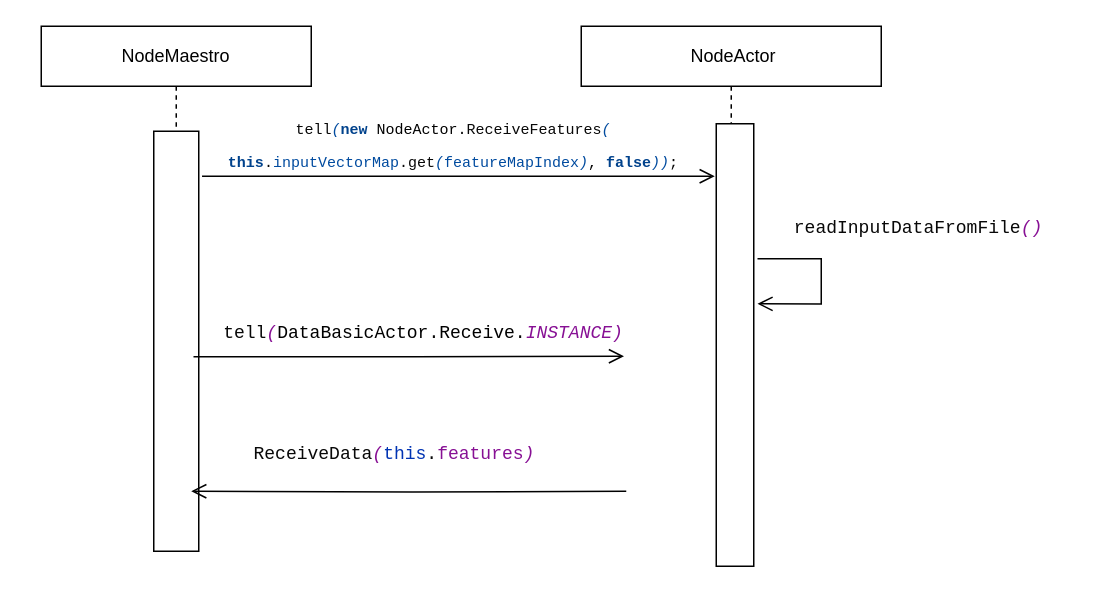
This is sendFeaturesToNodes.drawio from vanelopethecoder/som-basic, a draw.io file, before an edit. Source tidied: cells renumbered, new cells numbered last; positions are measured from the earlier drawing's top-left corner, leaving out a move shared by most shapes. Both pictures are drawn from the tidied source at 150%, with x=0, y=0 at pixel (26, 26).
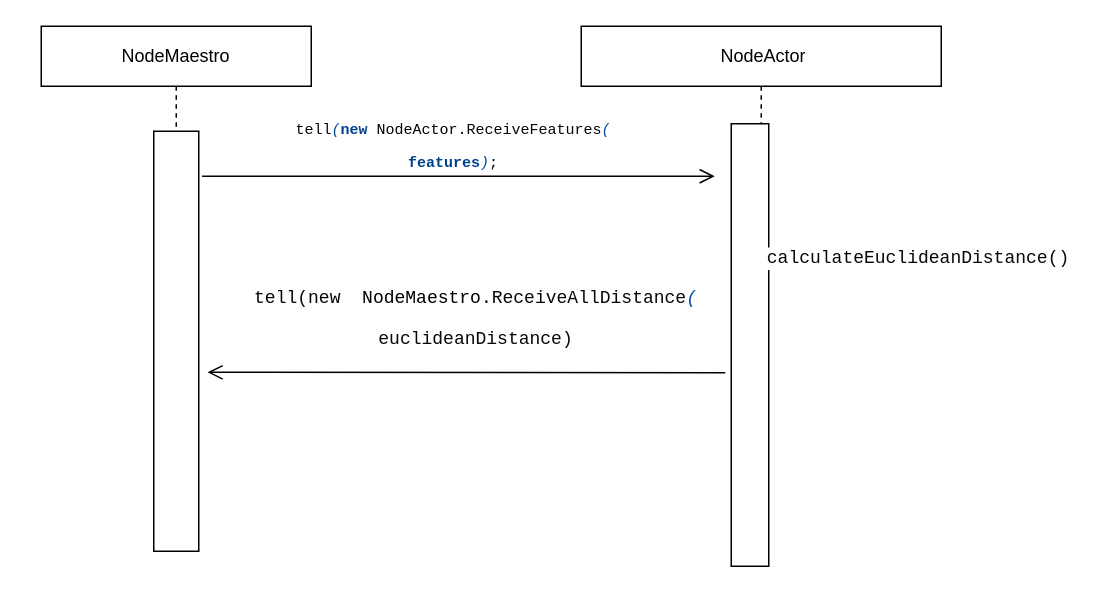
The same page after the edit.

Change to the diagram source:
```diff
@@
 <mxGraphModel>
   <root>
     <mxCell id="0" />
     <mxCell id="1" parent="0" />
     <mxCell id="2" value="NodeMaestro" style="shape=umlLifeline;perimeter=lifelinePerimeter;whiteSpace=wrap;html=1;" parent="1" vertex="1">
       <mxGeometry x="10" width="180" height="350" as="geometry" />
     </mxCell>
     <mxCell id="3" style="rounded=0;whiteSpace=wrap;html=1;" parent="2" vertex="1">
       <mxGeometry x="75" y="70" width="30" height="280" as="geometry" />
     </mxCell>
-    <mxCell id="4" value="&lt;pre style=&quot;background-color: #ffffff ; color: #080808 ; font-family: &amp;#34;jetbrains mono&amp;#34; , monospace ; font-size: 9 8pt&quot;&gt;readInputDataFromFile&lt;span style=&quot;color: #871094 ; font-style: italic&quot;&gt;()&lt;/span&gt;&lt;/pre&gt;" style="text;html=1;strokeColor=none;fillColor=none;align=center;verticalAlign=middle;whiteSpace=wrap;rounded=0;" parent="1" vertex="1">
-      <mxGeometry x="550" y="120" width="90" height="30" as="geometry" />
-    </mxCell>
     <mxCell id="5" value="&amp;nbsp;NodeActor" style="shape=umlLifeline;perimeter=lifelinePerimeter;whiteSpace=wrap;html=1;" parent="1" vertex="1">
-      <mxGeometry x="370" width="200" height="360" as="geometry" />
+      <mxGeometry x="370" width="240" height="360" as="geometry" />
     </mxCell>
     <mxCell id="6" style="rounded=0;whiteSpace=wrap;html=1;" parent="5" vertex="1">
-      <mxGeometry x="90" y="65" width="25" height="295" as="geometry" />
+      <mxGeometry x="100" y="65" width="25" height="295" as="geometry" />
     </mxCell>
-    <mxCell id="7" style="edgeStyle=orthogonalEdgeStyle;html=1;verticalAlign=bottom;endArrow=open;endSize=8;strokeColor=#000000;rounded=0;exitX=1.1;exitY=0.305;exitDx=0;exitDy=0;exitPerimeter=0;entryX=1.1;entryY=0.407;entryDx=0;entryDy=0;entryPerimeter=0;" parent="5" edge="1" source="6" target="6">
-      <mxGeometry relative="1" as="geometry">
-        <Array as="points">
-          <mxPoint x="160" y="155" />
-          <mxPoint x="160" y="185" />
-        </Array>
-      </mxGeometry>
-    </mxCell>
-    <mxCell id="8" value="&lt;pre style=&quot;background-color: rgb(255 , 255 , 255) ; color: rgb(8 , 8 , 8) ; font-family: &amp;#34;droid sans mono dotted&amp;#34; , monospace ; font-size: 10px&quot;&gt;tell&lt;span style=&quot;color: #004b9f ; font-style: italic&quot;&gt;(&lt;/span&gt;&lt;span style=&quot;color: #00428c ; font-weight: bold&quot;&gt;new &lt;/span&gt;&lt;span style=&quot;color: #000000&quot;&gt;NodeActor&lt;/span&gt;.ReceiveFeatures&lt;span style=&quot;color: #004b9f ; font-style: italic&quot;&gt;(&lt;/span&gt;&lt;/pre&gt;&lt;pre style=&quot;background-color: rgb(255 , 255 , 255) ; color: rgb(8 , 8 , 8) ; font-family: &amp;#34;droid sans mono dotted&amp;#34; , monospace ; font-size: 10px&quot;&gt;&lt;span style=&quot;color: #00428c ; font-weight: bold&quot;&gt;this&lt;/span&gt;.&lt;span style=&quot;color: #004b9f&quot;&gt;inputVectorMap&lt;/span&gt;.get&lt;span style=&quot;color: #004b9f ; font-style: italic&quot;&gt;(&lt;/span&gt;&lt;span style=&quot;color: #004b9f&quot;&gt;featureMapIndex&lt;/span&gt;&lt;span style=&quot;color: #004b9f ; font-style: italic&quot;&gt;)&lt;/span&gt;, &lt;span style=&quot;color: #00428c ; font-weight: bold&quot;&gt;false&lt;/span&gt;&lt;span style=&quot;color: #004b9f ; font-style: italic&quot;&gt;))&lt;/span&gt;;&lt;/pre&gt;" style="text;html=1;strokeColor=none;fillColor=none;align=center;verticalAlign=middle;whiteSpace=wrap;rounded=0;" parent="5" vertex="1">
+    <mxCell id="8" value="&lt;pre style=&quot;background-color: rgb(255 , 255 , 255) ; color: rgb(8 , 8 , 8) ; font-family: &amp;#34;droid sans mono dotted&amp;#34; , monospace ; font-size: 10px&quot;&gt;tell&lt;span style=&quot;color: #004b9f ; font-style: italic&quot;&gt;(&lt;/span&gt;&lt;span style=&quot;color: #00428c ; font-weight: bold&quot;&gt;new &lt;/span&gt;&lt;span style=&quot;color: #000000&quot;&gt;NodeActor&lt;/span&gt;.ReceiveFeatures&lt;span style=&quot;color: #004b9f ; font-style: italic&quot;&gt;(&lt;/span&gt;&lt;/pre&gt;&lt;pre style=&quot;background-color: rgb(255 , 255 , 255) ; font-family: &amp;#34;droid sans mono dotted&amp;#34; , monospace ; font-size: 10px&quot;&gt;&lt;font color=&quot;#00428c&quot;&gt;&lt;b&gt;features&lt;/b&gt;&lt;/font&gt;&lt;span style=&quot;color: rgb(8 , 8 , 8)&quot;&gt;&lt;span style=&quot;color: #004b9f ; font-style: italic&quot;&gt;)&lt;/span&gt;;&lt;/span&gt;&lt;/pre&gt;" style="text;html=1;strokeColor=none;fillColor=none;align=center;verticalAlign=middle;whiteSpace=wrap;rounded=0;" parent="5" vertex="1">
       <mxGeometry x="-370" y="65" width="570" height="30" as="geometry" />
     </mxCell>
+    <mxCell id="4" value="&lt;pre style=&quot;background-color: #ffffff ; color: #080808 ; font-family: &amp;#34;jetbrains mono&amp;#34; , monospace ; font-size: 9 8pt&quot;&gt;calculateEuclideanDistance()&lt;/pre&gt;" style="text;html=1;strokeColor=none;fillColor=none;align=center;verticalAlign=middle;whiteSpace=wrap;rounded=0;" parent="5" vertex="1">
+      <mxGeometry x="180" y="140" width="90" height="30" as="geometry" />
+    </mxCell>
-    <mxCell id="9" value="&lt;pre style=&quot;background-color: #ffffff ; color: #080808 ; font-family: &amp;#34;jetbrains mono&amp;#34; , monospace ; font-size: 9 8pt&quot;&gt;tell&lt;span style=&quot;color: #871094 ; font-style: italic&quot;&gt;(&lt;/span&gt;&lt;span style=&quot;color: #000000&quot;&gt;DataBasicActor&lt;/span&gt;.&lt;span style=&quot;color: #000000&quot;&gt;Receive&lt;/span&gt;.&lt;span style=&quot;color: #871094 ; font-style: italic&quot;&gt;INSTANCE)&lt;/span&gt;&lt;/pre&gt;" style="text;html=1;strokeColor=none;fillColor=none;align=center;verticalAlign=middle;whiteSpace=wrap;rounded=0;" parent="1" vertex="1">
-      <mxGeometry x="190" y="190" width="150" height="30" as="geometry" />
+    <mxCell id="9" value="&lt;pre style=&quot;background-color: #ffffff ; color: #080808 ; font-family: &amp;#34;jetbrains mono&amp;#34; , monospace ; font-size: 9 8pt&quot;&gt;tell(&lt;span style=&quot;white-space: normal&quot;&gt;new&amp;nbsp;&amp;nbsp;&lt;/span&gt;&lt;span style=&quot;white-space: normal ; font-family: &amp;#34;droid sans mono dotted&amp;#34; , monospace ; color: rgb(0 , 0 , 0)&quot;&gt;NodeMaestro&lt;/span&gt;&lt;span style=&quot;white-space: normal ; font-family: &amp;#34;droid sans mono dotted&amp;#34; , monospace&quot;&gt;.ReceiveAllDistance&lt;/span&gt;&lt;span style=&quot;white-space: normal ; font-family: &amp;#34;droid sans mono dotted&amp;#34; , monospace ; color: rgb(0 , 75 , 159) ; font-style: italic&quot;&gt;(&lt;/span&gt;&lt;/pre&gt;&lt;pre style=&quot;background-color: #ffffff ; color: #080808 ; font-family: &amp;#34;jetbrains mono&amp;#34; , monospace ; font-size: 9 8pt&quot;&gt;&lt;span style=&quot;white-space: normal ; font-family: &amp;#34;droid sans mono dotted&amp;#34; , monospace&quot;&gt;euclideanDistance&lt;/span&gt;&lt;span style=&quot;white-space: normal&quot;&gt;)&lt;/span&gt;&lt;/pre&gt;" style="text;html=1;strokeColor=none;fillColor=none;align=center;verticalAlign=middle;whiteSpace=wrap;rounded=0;" parent="1" vertex="1">
+      <mxGeometry x="170" y="180" width="260" height="30" as="geometry" />
     </mxCell>
-    <mxCell id="10" value="&lt;pre style=&quot;background-color: #ffffff ; color: #080808 ; font-family: &amp;quot;jetbrains mono&amp;quot; , monospace ; font-size: 9 8pt&quot;&gt;ReceiveData&lt;span style=&quot;color: #871094 ; font-style: italic&quot;&gt;(&lt;/span&gt;&lt;span style=&quot;color: #0033b3&quot;&gt;this&lt;/span&gt;.&lt;span style=&quot;color: #871094&quot;&gt;features&lt;/span&gt;&lt;span style=&quot;color: #871094 ; font-style: italic&quot;&gt;)&lt;/span&gt;&lt;/pre&gt;" style="text;whiteSpace=wrap;html=1;" parent="1" vertex="1">
-      <mxGeometry x="150" y="260" width="210" height="50" as="geometry" />
-    </mxCell>
     <mxCell id="11" style="edgeStyle=orthogonalEdgeStyle;html=1;verticalAlign=bottom;endArrow=open;endSize=8;strokeColor=#000000;rounded=0;exitX=1.073;exitY=0.107;exitDx=0;exitDy=0;exitPerimeter=0;" parent="1" edge="1" source="3">
       <mxGeometry relative="1" as="geometry">
         <mxPoint x="459" y="100" as="targetPoint" />
         <Array as="points">
           <mxPoint x="459" y="100" />
         </Array>
       </mxGeometry>
     </mxCell>
-    <mxCell id="12" style="edgeStyle=orthogonalEdgeStyle;html=1;verticalAlign=bottom;endArrow=open;endSize=8;strokeColor=#000000;rounded=0;exitX=1.073;exitY=0.107;exitDx=0;exitDy=0;exitPerimeter=0;" parent="1" edge="1">
-      <mxGeometry relative="1" as="geometry">
-        <mxPoint x="111.5" y="220.3" as="sourcePoint" />
-        <mxPoint x="398.5" y="220" as="targetPoint" />
-        <Array as="points">
-          <mxPoint x="258.5" y="220" />
-        </Array>
-      </mxGeometry>
-    </mxCell>
-    <mxCell id="13" style="edgeStyle=orthogonalEdgeStyle;html=1;verticalAlign=bottom;endArrow=open;endSize=8;strokeColor=#000000;rounded=0;entryX=0.833;entryY=0.857;entryDx=0;entryDy=0;entryPerimeter=0;" parent="1" edge="1" target="3">
+    <mxCell id="13" style="edgeStyle=orthogonalEdgeStyle;html=1;verticalAlign=bottom;endArrow=open;endSize=8;strokeColor=#000000;rounded=0;entryX=1.196;entryY=0.574;entryDx=0;entryDy=0;entryPerimeter=0;" parent="1" edge="1" target="3">
       <mxGeometry relative="1" as="geometry">
-        <mxPoint x="400" y="310" as="sourcePoint" />
+        <mxPoint x="466" y="231" as="sourcePoint" />
+        <Array as="points">
+          <mxPoint x="466" y="231" />
+        </Array>
       </mxGeometry>
     </mxCell>
+    <mxCell id="14" style="edgeStyle=orthogonalEdgeStyle;rounded=0;orthogonalLoop=1;jettySize=auto;html=1;exitX=0.5;exitY=1;exitDx=0;exitDy=0;fontSize=10;" parent="1" edge="1" source="9" target="9">
+      <mxGeometry relative="1" as="geometry" />
+    </mxCell>
   </root>
 </mxGraphModel>
```
